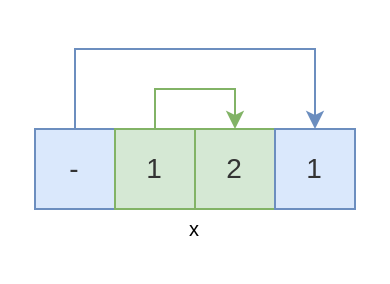
Above: page "2_1" (2 of 3) of docs/problems1_100/palindrome-number.drawio in hanggrian/grind-leetcode (draw.io), before the change. Source tidied: cells renumbered, new cells numbered last; positions are measured from the earlier drawing's top-left corner, leaving out a move shared by most shapes. Both pictures are drawn from the tidied source at 200%, with x=0, y=0 at pixel (34, 48).
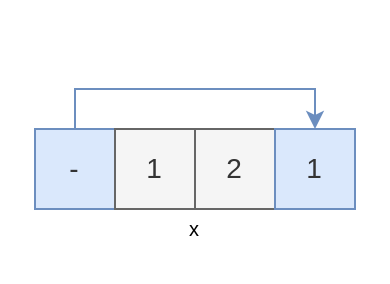
The same page after the edit.

Diff of the diagram source:
```diff
@@
 <mxGraphModel>
   <root>
     <mxCell id="0" />
     <mxCell id="1" parent="0" />
     <mxCell id="2" style="edgeStyle=orthogonalEdgeStyle;rounded=0;jettySize=auto;html=1;exitX=0.5;exitY=0;exitDx=0;exitDy=0;entryX=0.5;entryY=0;entryDx=0;entryDy=0;fillColor=#dae8fc;strokeColor=#6c8ebf;" parent="1" edge="1" source="3" target="7">
       <mxGeometry relative="1" as="geometry">
         <Array as="points">
-          <mxPoint x="20" />
-          <mxPoint x="140" />
+          <mxPoint x="20" y="20" />
+          <mxPoint x="140" y="20" />
         </Array>
       </mxGeometry>
     </mxCell>
     <mxCell id="3" value="-" style="text;html=1;align=center;verticalAlign=middle;whiteSpace=wrap;rounded=0;fillColor=#dae8fc;strokeColor=#6c8ebf;fontSize=14;fontColor=#333333;" parent="1" vertex="1">
       <mxGeometry y="40" width="40" height="40" as="geometry" />
     </mxCell>
-    <mxCell id="4" style="edgeStyle=orthogonalEdgeStyle;rounded=0;jettySize=auto;html=1;exitX=0.5;exitY=0;exitDx=0;exitDy=0;entryX=0.5;entryY=0;entryDx=0;entryDy=0;fillColor=#d5e8d4;strokeColor=#82b366;" parent="1" edge="1" source="5" target="6">
-      <mxGeometry relative="1" as="geometry" />
-    </mxCell>
-    <mxCell id="5" value="1" style="text;html=1;align=center;verticalAlign=middle;whiteSpace=wrap;rounded=0;fillColor=#d5e8d4;strokeColor=#82b366;fontSize=14;fontColor=#333333;" parent="1" vertex="1">
+    <mxCell id="5" value="1" style="text;html=1;align=center;verticalAlign=middle;whiteSpace=wrap;rounded=0;fillColor=#f5f5f5;strokeColor=#666666;fontSize=14;fontColor=#333333;" parent="1" vertex="1">
       <mxGeometry x="40" y="40" width="40" height="40" as="geometry" />
     </mxCell>
-    <mxCell id="6" value="2" style="text;html=1;align=center;verticalAlign=middle;whiteSpace=wrap;rounded=0;fillColor=#d5e8d4;strokeColor=#82b366;fontSize=14;fontColor=#333333;" parent="1" vertex="1">
+    <mxCell id="6" value="2" style="text;html=1;align=center;verticalAlign=middle;whiteSpace=wrap;rounded=0;fillColor=#f5f5f5;strokeColor=#666666;fontSize=14;fontColor=#333333;" parent="1" vertex="1">
       <mxGeometry x="80" y="40" width="40" height="40" as="geometry" />
     </mxCell>
     <mxCell id="7" value="1" style="text;html=1;align=center;verticalAlign=middle;whiteSpace=wrap;rounded=0;fillColor=#dae8fc;strokeColor=#6c8ebf;fontSize=14;fontColor=#333333;" parent="1" vertex="1">
       <mxGeometry x="120" y="40" width="40" height="40" as="geometry" />
     </mxCell>
     <mxCell id="8" value="x" style="text;html=1;align=center;verticalAlign=middle;whiteSpace=wrap;rounded=0;fontSize=10;" parent="1" vertex="1">
       <mxGeometry y="80" width="160" height="20" as="geometry" />
     </mxCell>
   </root>
 </mxGraphModel>
```
